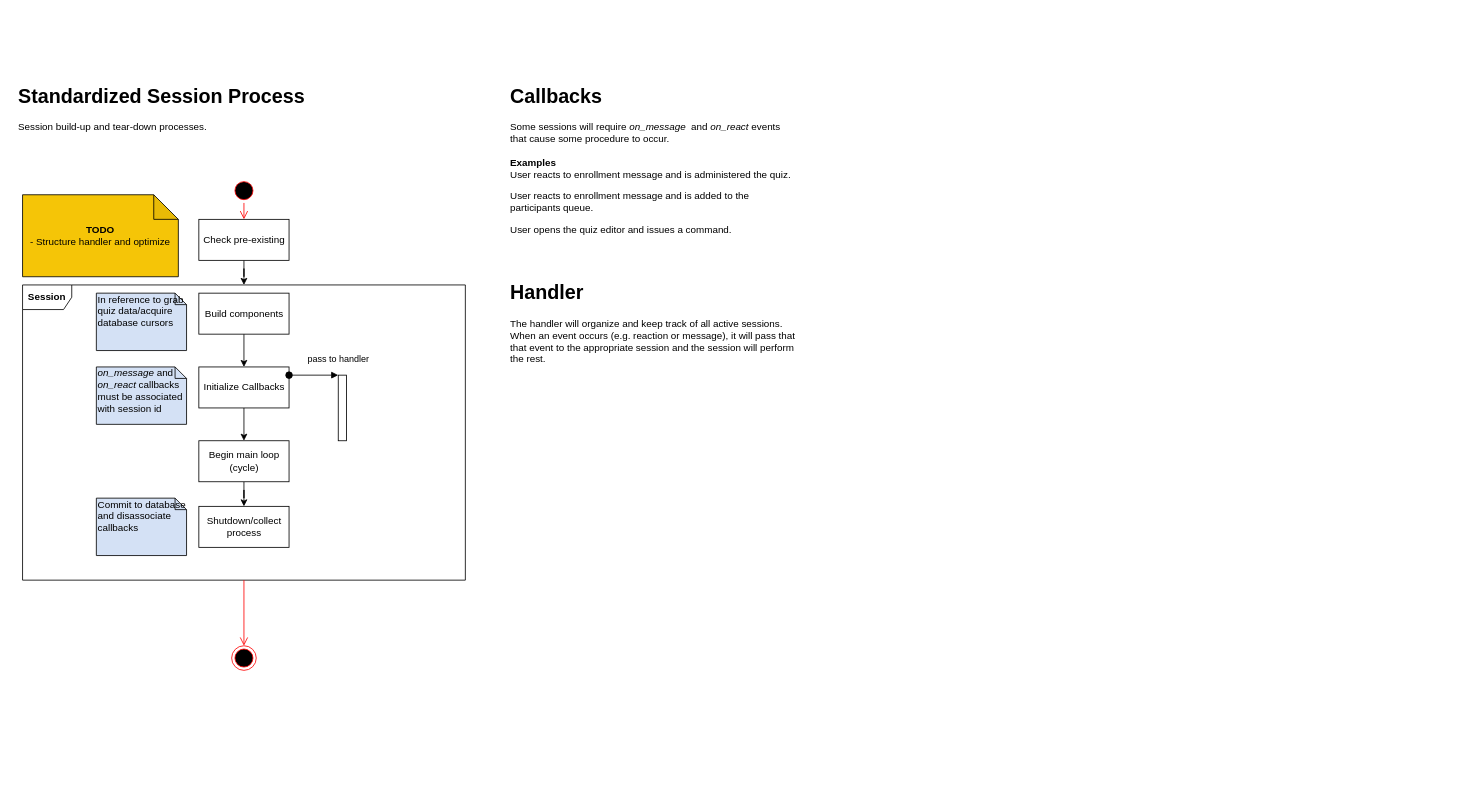
Before: dev/Session Process.drawio in dominictarro/Professor, a draw.io diagram. Source tidied: cells renumbered, new cells numbered last; positions are measured from the earlier drawing's top-left corner, leaving out a move shared by most shapes. Both pictures are drawn from the tidied source at 82%, with x=0, y=0 at pixel (14, 80).
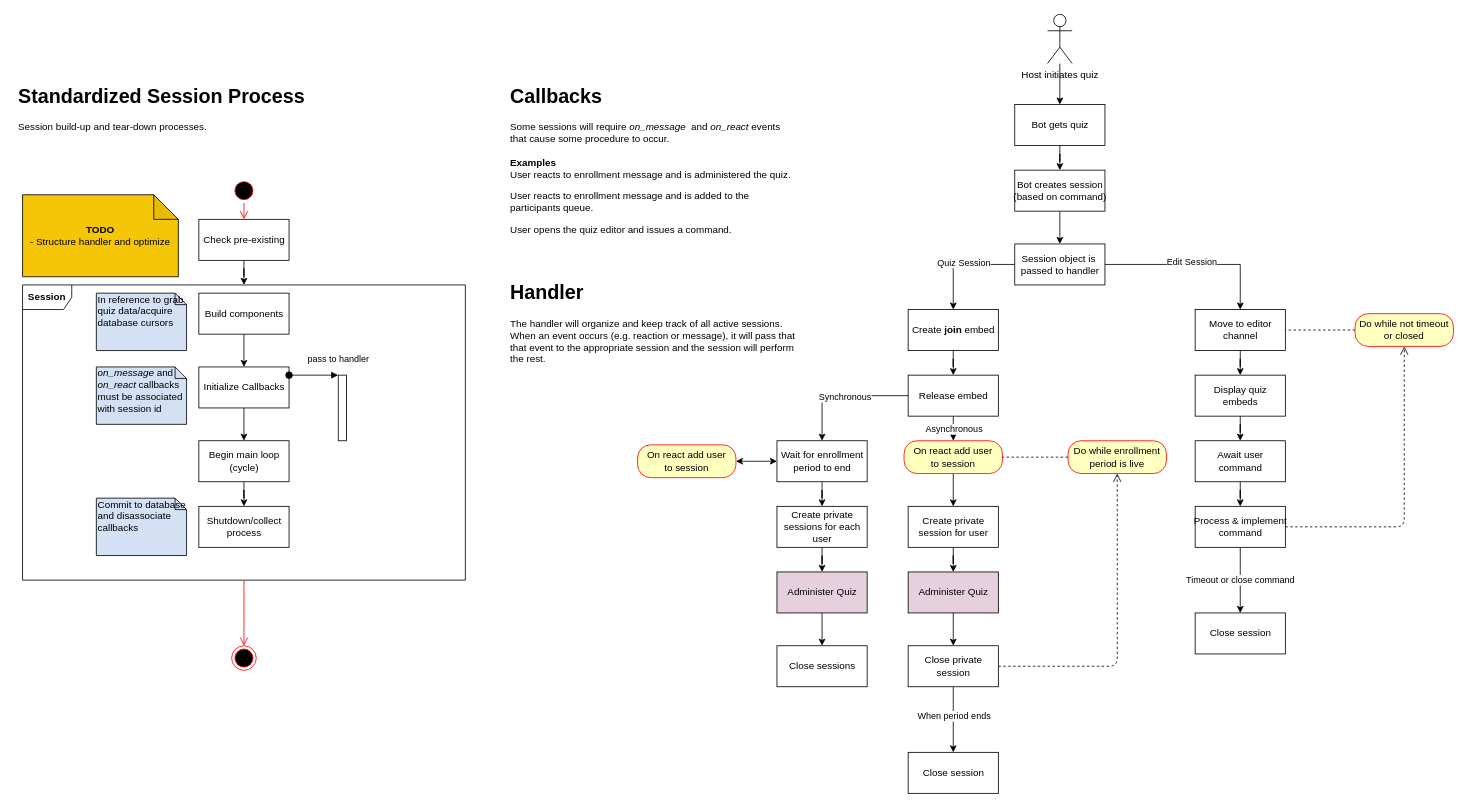
The same diagram, later.

Change to the diagram source:
```diff
@@
+    <mxCell id="25" style="edgeStyle=orthogonalEdgeStyle;rounded=0;jettySize=auto;html=1;" parent="1" edge="1" source="26" target="74">
+      <mxGeometry relative="1" as="geometry" />
+    </mxCell>
+    <mxCell id="26" value="Host initiates quiz" style="shape=umlActor;verticalLabelPosition=bottom;verticalAlign=top;html=1;outlineConnect=0;" parent="1" vertex="1">
+      <mxGeometry x="1260" y="-80" width="30" height="60" as="geometry" />
+    </mxCell>
+    <mxCell id="27" style="edgeStyle=orthogonalEdgeStyle;rounded=0;jettySize=auto;html=1;" parent="1" edge="1" source="28" target="33">
+      <mxGeometry relative="1" as="geometry" />
+    </mxCell>
+    <mxCell id="28" value="Bot creates session&lt;br&gt;(based on command)" style="html=1;" parent="1" vertex="1">
+      <mxGeometry x="1220" y="110" width="110" height="50" as="geometry" />
+    </mxCell>
+    <mxCell id="29" style="edgeStyle=orthogonalEdgeStyle;rounded=0;jettySize=auto;html=1;" parent="1" edge="1" source="33" target="45">
+      <mxGeometry relative="1" as="geometry" />
+    </mxCell>
+    <mxCell id="30" value="Quiz Session" style="edgeLabel;html=1;align=center;verticalAlign=middle;" parent="29" vertex="1">
+      <mxGeometry x="-0.03" y="-3" relative="1" as="geometry" />
+    </mxCell>
+    <mxCell id="31" style="edgeStyle=orthogonalEdgeStyle;rounded=0;jettySize=auto;html=1;" parent="1" edge="1" source="33" target="35">
+      <mxGeometry relative="1" as="geometry" />
+    </mxCell>
+    <mxCell id="32" value="Edit Session" style="edgeLabel;html=1;align=center;verticalAlign=middle;" parent="31" vertex="1">
+      <mxGeometry x="-0.05" y="4" relative="1" as="geometry" />
+    </mxCell>
+    <mxCell id="33" value="Session object is&amp;nbsp;&lt;br&gt;passed to handler" style="html=1;" parent="1" vertex="1">
+      <mxGeometry x="1220" y="200" width="110" height="50" as="geometry" />
+    </mxCell>
+    <mxCell id="34" style="edgeStyle=orthogonalEdgeStyle;rounded=0;jettySize=auto;html=1;" parent="1" edge="1" source="35" target="37">
+      <mxGeometry relative="1" as="geometry" />
+    </mxCell>
+    <mxCell id="35" value="Move to editor&lt;br&gt;channel" style="html=1;" parent="1" vertex="1">
+      <mxGeometry x="1440" y="280" width="110" height="50" as="geometry" />
+    </mxCell>
+    <mxCell id="36" style="edgeStyle=orthogonalEdgeStyle;rounded=0;jettySize=auto;html=1;" parent="1" edge="1" source="37" target="39">
+      <mxGeometry relative="1" as="geometry" />
+    </mxCell>
+    <mxCell id="37" value="Display quiz&lt;br&gt;embeds" style="html=1;" parent="1" vertex="1">
+      <mxGeometry x="1440" y="360" width="110" height="50" as="geometry" />
+    </mxCell>
+    <mxCell id="38" style="edgeStyle=orthogonalEdgeStyle;rounded=0;jettySize=auto;html=1;" parent="1" edge="1" source="39" target="42">
+      <mxGeometry relative="1" as="geometry" />
+    </mxCell>
+    <mxCell id="39" value="Await user&lt;br&gt;command" style="html=1;" parent="1" vertex="1">
+      <mxGeometry x="1440" y="440" width="110" height="50" as="geometry" />
+    </mxCell>
+    <mxCell id="40" style="edgeStyle=orthogonalEdgeStyle;rounded=0;jettySize=auto;html=1;" parent="1" edge="1" source="42" target="43">
+      <mxGeometry relative="1" as="geometry" />
+    </mxCell>
+    <mxCell id="41" value="Timeout or close command" style="edgeLabel;html=1;align=center;verticalAlign=middle;" parent="40" vertex="1">
+      <mxGeometry x="-0.03" y="-1" relative="1" as="geometry" />
+    </mxCell>
+    <mxCell id="42" value="Process &amp;amp; implement&lt;br&gt;command" style="html=1;" parent="1" vertex="1">
+      <mxGeometry x="1440" y="520" width="110" height="50" as="geometry" />
+    </mxCell>
+    <mxCell id="43" value="Close session" style="html=1;" parent="1" vertex="1">
+      <mxGeometry x="1440" y="650" width="110" height="50" as="geometry" />
+    </mxCell>
+    <mxCell id="44" style="edgeStyle=orthogonalEdgeStyle;rounded=0;jettySize=auto;html=1;" parent="1" edge="1" source="45" target="51">
+      <mxGeometry relative="1" as="geometry" />
+    </mxCell>
+    <mxCell id="45" value="Create &lt;b&gt;join&lt;/b&gt; embed" style="html=1;" parent="1" vertex="1">
+      <mxGeometry x="1090" y="280" width="110" height="50" as="geometry" />
+    </mxCell>
+    <mxCell id="46" style="edgeStyle=orthogonalEdgeStyle;rounded=0;jettySize=auto;html=1;" parent="1" edge="1" source="51" target="57">
+      <mxGeometry relative="1" as="geometry" />
+    </mxCell>
+    <mxCell id="47" value="Synchronous" style="edgeLabel;html=1;align=center;verticalAlign=middle;" parent="46" vertex="1">
+      <mxGeometry x="-0.02" y="1" relative="1" as="geometry" />
+    </mxCell>
+    <mxCell id="48" style="edgeStyle=orthogonalEdgeStyle;rounded=0;jettySize=auto;html=1;" parent="1" edge="1" source="51" target="65">
+      <mxGeometry relative="1" as="geometry" />
+    </mxCell>
+    <mxCell id="49" value="Asynchronous" style="edgeLabel;html=1;align=center;verticalAlign=middle;" parent="48" vertex="1">
+      <mxGeometry x="0.4" relative="1" as="geometry" />
+    </mxCell>
+    <mxCell id="50" style="edgeStyle=orthogonalEdgeStyle;rounded=0;jettySize=auto;html=1;" parent="1" edge="1" source="65" target="53">
+      <mxGeometry relative="1" as="geometry" />
+    </mxCell>
+    <mxCell id="51" value="Release embed" style="html=1;" parent="1" vertex="1">
+      <mxGeometry x="1090" y="360" width="110" height="50" as="geometry" />
+    </mxCell>
+    <mxCell id="52" style="edgeStyle=orthogonalEdgeStyle;rounded=0;jettySize=auto;html=1;" parent="1" edge="1" source="53" target="55">
+      <mxGeometry relative="1" as="geometry" />
+    </mxCell>
+    <mxCell id="53" value="Create private&lt;br&gt;session for user" style="html=1;" parent="1" vertex="1">
+      <mxGeometry x="1090" y="520" width="110" height="50" as="geometry" />
+    </mxCell>
+    <mxCell id="54" style="edgeStyle=orthogonalEdgeStyle;rounded=0;jettySize=auto;html=1;" parent="1" edge="1" source="55" target="70">
+      <mxGeometry relative="1" as="geometry" />
+    </mxCell>
+    <mxCell id="55" value="Administer Quiz" style="html=1;fillColor=#E6D0DE;" parent="1" vertex="1">
+      <mxGeometry x="1090" y="600" width="110" height="50" as="geometry" />
+    </mxCell>
+    <mxCell id="56" style="edgeStyle=orthogonalEdgeStyle;rounded=0;jettySize=auto;html=1;" parent="1" edge="1" source="57" target="60">
+      <mxGeometry relative="1" as="geometry" />
+    </mxCell>
+    <mxCell id="57" value="Wait for enrollment&lt;br&gt;period to end" style="html=1;" parent="1" vertex="1">
+      <mxGeometry x="930" y="440" width="110" height="50" as="geometry" />
+    </mxCell>
+    <mxCell id="58" style="edgeStyle=orthogonalEdgeStyle;rounded=0;jettySize=auto;html=1;" parent="1" edge="1" source="60" target="62">
+      <mxGeometry relative="1" as="geometry" />
+    </mxCell>
+    <mxCell id="59" style="edgeStyle=orthogonalEdgeStyle;rounded=0;jettySize=auto;html=1;" parent="1" edge="1" source="62" target="61">
+      <mxGeometry relative="1" as="geometry" />
+    </mxCell>
+    <mxCell id="60" value="Create private&lt;br&gt;sessions for each&lt;br&gt;user" style="html=1;" parent="1" vertex="1">
+      <mxGeometry x="930" y="520" width="110" height="50" as="geometry" />
+    </mxCell>
+    <mxCell id="61" value="Close sessions" style="html=1;" parent="1" vertex="1">
+      <mxGeometry x="930" y="690" width="110" height="50" as="geometry" />
+    </mxCell>
+    <mxCell id="62" value="Administer Quiz" style="html=1;fillColor=#E6D0DE;" parent="1" vertex="1">
+      <mxGeometry x="930" y="600" width="110" height="50" as="geometry" />
+    </mxCell>
+    <mxCell id="63" value="On react add user&lt;br&gt;to session" style="rounded=1;whiteSpace=wrap;html=1;arcSize=40;fontColor=#000000;fillColor=#ffffc0;strokeColor=#ff0000;" parent="1" vertex="1">
+      <mxGeometry x="760" y="445" width="120" height="40" as="geometry" />
+    </mxCell>
+    <mxCell id="64" style="endArrow=classic;startArrow=classic;html=1;" parent="1" edge="1" source="63" target="57">
+      <mxGeometry relative="1" as="geometry" />
+    </mxCell>
+    <mxCell id="65" value="On react add user&lt;br&gt;to session" style="rounded=1;whiteSpace=wrap;html=1;arcSize=40;fontColor=#000000;fillColor=#ffffc0;strokeColor=#ff0000;" parent="1" vertex="1">
+      <mxGeometry x="1085" y="440" width="120" height="40" as="geometry" />
+    </mxCell>
+    <mxCell id="66" value="Do while enrollment&lt;br&gt;period is live" style="rounded=1;whiteSpace=wrap;html=1;arcSize=40;fontColor=#000000;fillColor=#ffffc0;strokeColor=#ff0000;" parent="1" vertex="1">
+      <mxGeometry x="1285" y="440" width="120" height="40" as="geometry" />
+    </mxCell>
+    <mxCell id="67" style="endArrow=none;dashed=1;html=1;" parent="1" edge="1" source="66" target="65">
+      <mxGeometry relative="1" as="geometry" />
+    </mxCell>
+    <mxCell id="68" style="edgeStyle=orthogonalEdgeStyle;rounded=0;jettySize=auto;html=1;" parent="1" edge="1" source="70" target="71">
+      <mxGeometry relative="1" as="geometry" />
+    </mxCell>
+    <mxCell id="69" value="When period ends" style="edgeLabel;html=1;align=center;verticalAlign=middle;" parent="68" vertex="1">
+      <mxGeometry x="-0.12" relative="1" as="geometry" />
+    </mxCell>
+    <mxCell id="70" value="Close private&lt;br&gt;session" style="html=1;" parent="1" vertex="1">
+      <mxGeometry x="1090" y="690" width="110" height="50" as="geometry" />
+    </mxCell>
+    <mxCell id="71" value="Close session" style="html=1;" parent="1" vertex="1">
+      <mxGeometry x="1090" y="820" width="110" height="50" as="geometry" />
+    </mxCell>
+    <mxCell id="72" style="html=1;verticalAlign=bottom;endArrow=open;dashed=1;endSize=8;exitX=1;exitY=0.5;exitDx=0;exitDy=0;" parent="1" edge="1" source="70" target="66">
+      <mxGeometry relative="1" as="geometry">
+        <Array as="points">
+          <mxPoint x="1345" y="715" />
+        </Array>
+      </mxGeometry>
+    </mxCell>
+    <mxCell id="73" style="edgeStyle=orthogonalEdgeStyle;rounded=0;jettySize=auto;html=1;" parent="1" edge="1" source="74" target="28">
+      <mxGeometry relative="1" as="geometry" />
+    </mxCell>
+    <mxCell id="74" value="Bot gets quiz" style="html=1;" parent="1" vertex="1">
+      <mxGeometry x="1220" y="30" width="110" height="50" as="geometry" />
+    </mxCell>
+    <mxCell id="75" value="Do while not timeout&lt;br&gt;or closed" style="rounded=1;whiteSpace=wrap;html=1;arcSize=40;fontColor=#000000;fillColor=#ffffc0;strokeColor=#ff0000;" parent="1" vertex="1">
+      <mxGeometry x="1635" y="285" width="120" height="40" as="geometry" />
+    </mxCell>
+    <mxCell id="76" style="endArrow=none;dashed=1;html=1;" parent="1" edge="1" source="75" target="35">
+      <mxGeometry relative="1" as="geometry" />
+    </mxCell>
+    <mxCell id="77" style="html=1;verticalAlign=bottom;endArrow=open;dashed=1;endSize=8;" parent="1" edge="1" source="42" target="75">
+      <mxGeometry relative="1" as="geometry">
+        <Array as="points">
+          <mxPoint x="1695" y="545" />
+        </Array>
+      </mxGeometry>
+    </mxCell>
```
